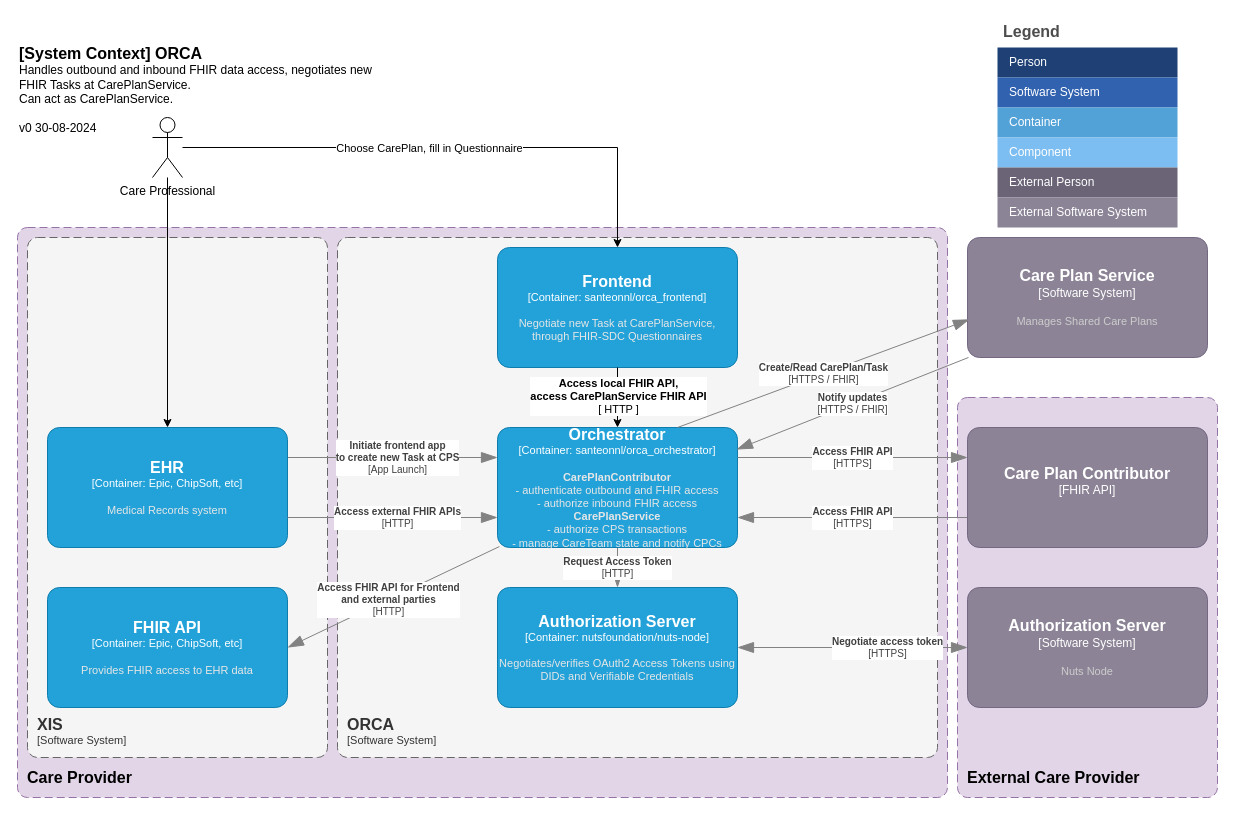
Earlier version of the draw.io diagram page "System Diagram" (2 of 3) of docs/Orca Architectural Diagrams.drawio (SanteonNL/orca). Source tidied: cells renumbered, new cells numbered last; positions are measured from the earlier drawing's top-left corner, leaving out a move shared by most shapes. Both pictures are drawn from the tidied source at 100%, with x=0, y=0 at pixel (17, 17).
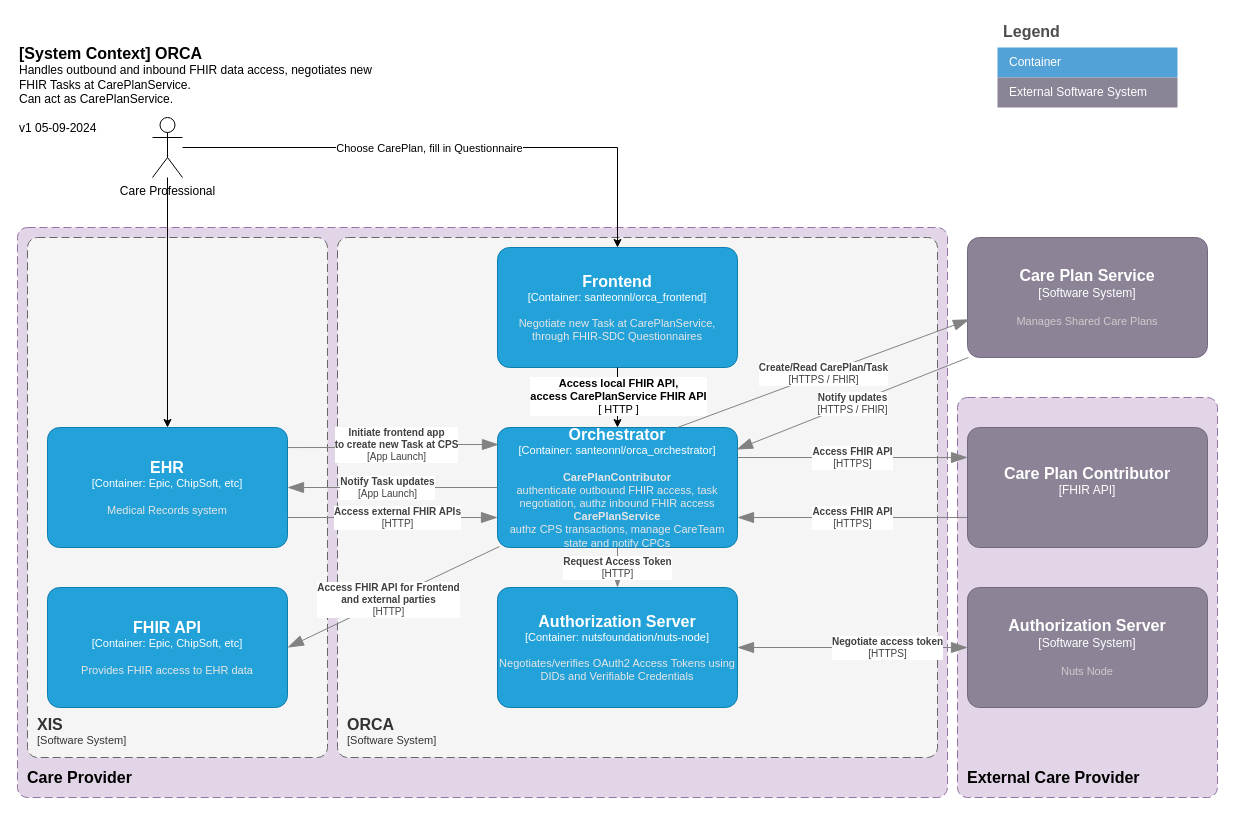
Above is the later version.

Commit message (it also covers changes not shown here):
PR feedback, notify EHR using FHIR subscriptions

Unchanged cells that the change refers to:
```xml
<object id="12" label="&lt;font style=&quot;font-size: 16px&quot;&gt;&lt;b&gt;%c4Name%&lt;/b&gt;&lt;/font&gt;&lt;div&gt;[%c4Type%: %c4Technology%]&lt;/div&gt;&lt;br&gt;&lt;div&gt;&lt;font style=&quot;font-size: 11px&quot;&gt;&lt;font color=&quot;#E6E6E6&quot;&gt;%c4Description%&lt;/font&gt;&lt;/div&gt;" c4Description="Medical Records system" c4Name="EHR" c4Technology="Epic, ChipSoft, etc" c4Type="Container" placeholders="1">
  <mxCell style="rounded=1;whiteSpace=wrap;html=1;fontSize=11;labelBackgroundColor=none;fillColor=#23A2D9;fontColor=#ffffff;align=center;arcSize=10;strokeColor=#0E7DAD;points=[[0.25,0,0],[0.5,0,0],[0.75,0,0],[1,0.25,0],[1,0.5,0],[1,0.75,0],[0.75,1,0],[0.5,1,0],[0.25,1,0],[0,0.75,0],[0,0.5,0],[0,0.25,0]];" parent="1" vertex="1">
    <mxGeometry x="30" y="410" width="240" height="120" as="geometry" />
  </mxCell>
</object>
```

What changed in the source:
```diff
@@
-    <object id="10" label="&lt;font style=&quot;font-size: 16px&quot;&gt;&lt;b&gt;%c4Name%&lt;/b&gt;&lt;/font&gt;&lt;div&gt;[%c4Type%: %c4Technology%]&lt;/div&gt;&lt;br&gt;&lt;div&gt;&lt;font style=&quot;font-size: 11px&quot;&gt;&lt;font color=&quot;#E6E6E6&quot;&gt;%c4Description%&lt;/font&gt;&lt;/div&gt;" c4Description="&lt;b&gt;CarePlanContributor&lt;/b&gt;&#10;- authenticate outbound and FHIR access&#10;- authorize inbound FHIR access&#10;&lt;b&gt;CarePlanService&lt;/b&gt;&#10;- authorize CPS transactions&#10;- manage CareTeam state and notify CPCs" c4Name="Orchestrator" c4Technology="santeonnl/orca_orchestrator" c4Type="Container" placeholders="1">
+    <object id="10" label="&lt;font style=&quot;font-size: 16px&quot;&gt;&lt;b&gt;%c4Name%&lt;/b&gt;&lt;/font&gt;&lt;div&gt;[%c4Type%: %c4Technology%]&lt;/div&gt;&lt;br&gt;&lt;div&gt;&lt;font style=&quot;font-size: 11px&quot;&gt;&lt;font color=&quot;#E6E6E6&quot;&gt;%c4Description%&lt;/font&gt;&lt;/div&gt;" c4Description="&lt;b&gt;CarePlanContributor&lt;/b&gt;&#10;authenticate outbound FHIR access, task negotiation, authz inbound FHIR access&#10;&lt;b&gt;CarePlanService&lt;/b&gt;&#10;authz CPS transactions, manage CareTeam state and notify CPCs" c4Name="Orchestrator" c4Technology="santeonnl/orca_orchestrator" c4Type="Container" placeholders="1">
       <mxCell style="rounded=1;whiteSpace=wrap;html=1;fontSize=11;labelBackgroundColor=none;fillColor=#23A2D9;fontColor=#ffffff;align=center;arcSize=10;strokeColor=#0E7DAD;points=[[0.25,0,0],[0.5,0,0],[0.75,0,0],[1,0.25,0],[1,0.5,0],[1,0.75,0],[0.75,1,0],[0.5,1,0],[0.25,1,0],[0,0.75,0],[0,0.5,0],[0,0.25,0]];spacingTop=0;" parent="1" vertex="1">
         <mxGeometry x="480" y="410" width="240" height="120" as="geometry" />
       </mxCell>
     </object>
     <object id="11" label="&lt;div style=&quot;text-align: left&quot;&gt;&lt;div style=&quot;text-align: center&quot;&gt;&lt;b&gt;%c4Description%&lt;/b&gt;&lt;/div&gt;&lt;div style=&quot;text-align: center&quot;&gt;[%c4Technology%]&lt;/div&gt;&lt;/div&gt;" c4Description="Initiate frontend app&#10;to create new Task at CPS" c4Technology="App Launch" placeholders="1">
-      <mxCell style="endArrow=blockThin;html=1;fontSize=10;fontColor=#404040;strokeWidth=1;endFill=1;strokeColor=#828282;elbow=vertical;endSize=14;startSize=14;jumpStyle=arc;jumpSize=16;rounded=0;exitX=1;exitY=0.25;exitDx=0;exitDy=0;exitPerimeter=0;entryX=0;entryY=0.25;entryDx=0;entryDy=0;entryPerimeter=0;edgeStyle=orthogonalEdgeStyle;" parent="1" edge="1" source="12" target="10">
+      <mxCell style="endArrow=blockThin;html=1;fontSize=10;fontColor=#404040;strokeWidth=1;endFill=1;strokeColor=#828282;elbow=vertical;endSize=14;startSize=14;jumpStyle=arc;jumpSize=16;rounded=0;exitX=1;exitY=0.167;exitDx=0;exitDy=0;exitPerimeter=0;entryX=0.004;entryY=0.142;entryDx=0;entryDy=0;entryPerimeter=0;edgeStyle=orthogonalEdgeStyle;" parent="1" edge="1" source="12" target="10">
         <mxGeometry x="0.05" relative="1" as="geometry" />
       </mxCell>
     </object>
@@
-    <object id="16" label="&lt;font style=&quot;font-size: 16px&quot;&gt;&lt;b&gt;&lt;div style=&quot;text-align: left&quot;&gt;%c4Name%&lt;/div&gt;&lt;/b&gt;&lt;/font&gt;&lt;div style=&quot;text-align: left&quot;&gt;%c4Description%&lt;/div&gt;" c4Description="Handles outbound and inbound FHIR data access, negotiates new FHIR Tasks at CarePlanService.&#10;Can act as CarePlanService.&#10;&#10;v0 30-08-2024" c4Name="[System Context] ORCA" placeholders="1">
+    <object id="16" label="&lt;font style=&quot;font-size: 16px&quot;&gt;&lt;b&gt;&lt;div style=&quot;text-align: left&quot;&gt;%c4Name%&lt;/div&gt;&lt;/b&gt;&lt;/font&gt;&lt;div style=&quot;text-align: left&quot;&gt;%c4Description%&lt;/div&gt;" c4Description="Handles outbound and inbound FHIR data access, negotiates new FHIR Tasks at CarePlanService.&#10;Can act as CarePlanService.&#10;&#10;v1 05-09-2024" c4Name="[System Context] ORCA" placeholders="1">
       <mxCell style="text;html=1;strokeColor=none;fillColor=none;align=left;verticalAlign=top;whiteSpace=wrap;rounded=0;" parent="1" vertex="1">
         <mxGeometry y="20" width="360" height="70" as="geometry" />
       </mxCell>
     </object>
     <mxCell id="17" value="Legend" style="shape=table;startSize=30;childLayout=tableLayout;fontSize=16;align=left;verticalAlign=top;fillColor=none;strokeColor=none;fontColor=#4D4D4D;fontStyle=1;spacingLeft=6;spacing=0;" parent="1" vertex="1">
-      <mxGeometry x="980" width="180" height="210" as="geometry" />
+      <mxGeometry x="980" width="180" height="90" as="geometry" />
     </mxCell>
-    <mxCell id="18" style="shape=tableRow;horizontal=0;startSize=0;swimlaneHead=0;swimlaneBody=0;strokeColor=inherit;top=0;left=0;bottom=0;right=0;fillColor=none;fontSize=12;" parent="17" vertex="1">
-      <mxGeometry y="30" width="180" height="30" as="geometry" />
-    </mxCell>
-    <mxCell id="19" value="Person" style="shape=partialRectangle;html=1;whiteSpace=wrap;strokeColor=inherit;overflow=hidden;fillColor=#1E4074;top=0;left=0;bottom=0;right=0;fontSize=12;align=left;fontColor=#FFFFFF;gradientColor=none;spacingLeft=10;spacingRight=4;" parent="18" vertex="1">
-      <mxGeometry width="180" height="30" as="geometry" />
-    </mxCell>
-    <mxCell id="20" style="shape=tableRow;horizontal=0;startSize=0;swimlaneHead=0;swimlaneBody=0;strokeColor=inherit;top=0;left=0;bottom=0;right=0;fillColor=none;fontSize=12;" parent="17" vertex="1">
-      <mxGeometry y="60" width="180" height="30" as="geometry" />
-    </mxCell>
-    <mxCell id="21" value="Software System" style="shape=partialRectangle;html=1;whiteSpace=wrap;strokeColor=inherit;overflow=hidden;fillColor=#3162AF;top=0;left=0;bottom=0;right=0;fontSize=12;align=left;fontColor=#FFFFFF;gradientColor=none;spacingLeft=10;spacingRight=4;" parent="20" vertex="1">
-      <mxGeometry width="180" height="30" as="geometry" />
-    </mxCell>
     <mxCell id="22" style="shape=tableRow;horizontal=0;startSize=0;swimlaneHead=0;swimlaneBody=0;strokeColor=inherit;top=0;left=0;bottom=0;right=0;fillColor=none;fontSize=12;" parent="17" vertex="1">
-      <mxGeometry y="90" width="180" height="30" as="geometry" />
+      <mxGeometry y="30" width="180" height="30" as="geometry" />
     </mxCell>
@@
-    <mxCell id="24" style="shape=tableRow;horizontal=0;startSize=0;swimlaneHead=0;swimlaneBody=0;strokeColor=inherit;top=0;left=0;bottom=0;right=0;fillColor=none;fontSize=12;" parent="17" vertex="1">
-      <mxGeometry y="120" width="180" height="30" as="geometry" />
-    </mxCell>
-    <mxCell id="25" value="Component" style="shape=partialRectangle;html=1;whiteSpace=wrap;strokeColor=inherit;overflow=hidden;fillColor=#7dbef2;top=0;left=0;bottom=0;right=0;fontSize=12;align=left;fontColor=#FFFFFF;gradientColor=none;spacingLeft=10;spacingRight=4;" parent="24" vertex="1">
-      <mxGeometry width="180" height="30" as="geometry" />
-    </mxCell>
-    <mxCell id="26" style="shape=tableRow;horizontal=0;startSize=0;swimlaneHead=0;swimlaneBody=0;strokeColor=inherit;top=0;left=0;bottom=0;right=0;fillColor=none;fontSize=12;" parent="17" vertex="1">
-      <mxGeometry y="150" width="180" height="30" as="geometry" />
-    </mxCell>
-    <mxCell id="27" value="External Person" style="shape=partialRectangle;html=1;whiteSpace=wrap;strokeColor=inherit;overflow=hidden;fillColor=#6b6477;top=0;left=0;bottom=0;right=0;fontSize=12;align=left;fontColor=#FFFFFF;gradientColor=none;spacingLeft=10;spacingRight=4;" parent="26" vertex="1">
-      <mxGeometry width="180" height="30" as="geometry" />
-    </mxCell>
     <mxCell id="28" style="shape=tableRow;horizontal=0;startSize=0;swimlaneHead=0;swimlaneBody=0;strokeColor=inherit;top=0;left=0;bottom=0;right=0;fillColor=none;fontSize=12;" parent="17" vertex="1">
-      <mxGeometry y="180" width="180" height="30" as="geometry" />
+      <mxGeometry y="60" width="180" height="30" as="geometry" />
     </mxCell>
@@
+    <object id="43" label="&lt;div style=&quot;text-align: left&quot;&gt;&lt;div style=&quot;text-align: center&quot;&gt;&lt;b&gt;%c4Description%&lt;/b&gt;&lt;/div&gt;&lt;div style=&quot;text-align: center&quot;&gt;[%c4Technology%]&lt;/div&gt;&lt;/div&gt;" c4Description="Notify Task updates" c4Technology="App Launch" placeholders="1">
+      <mxCell style="endArrow=blockThin;html=1;fontSize=10;fontColor=#404040;strokeWidth=1;endFill=1;strokeColor=#828282;elbow=vertical;endSize=14;startSize=14;jumpStyle=arc;jumpSize=16;rounded=0;exitX=0;exitY=0.5;exitDx=0;exitDy=0;exitPerimeter=0;entryX=1;entryY=0.5;entryDx=0;entryDy=0;entryPerimeter=0;edgeStyle=orthogonalEdgeStyle;" parent="1" edge="1" source="10" target="12">
+        <mxGeometry x="0.05" relative="1" as="geometry" />
+      </mxCell>
+    </object>
```
